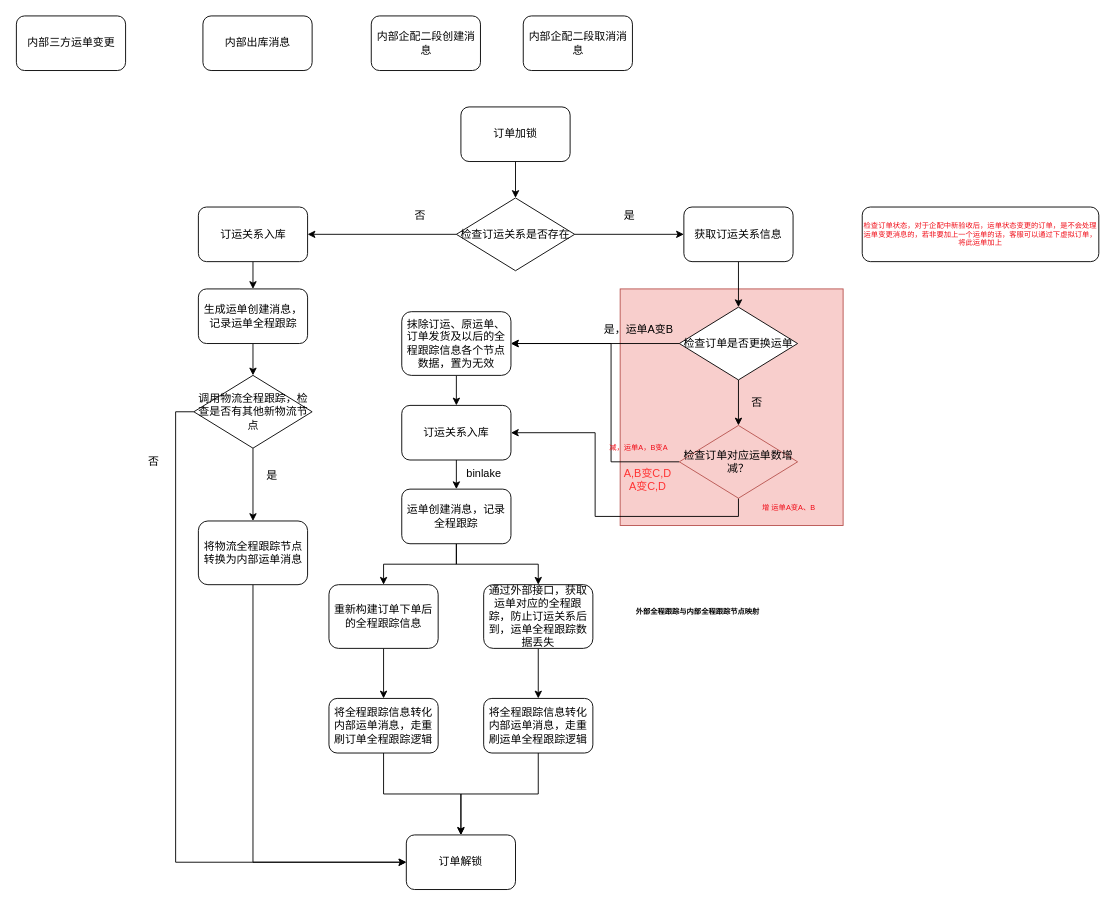
lixintao03/lixintao.github.io keeps this draw.io diagram as page "订运关系落库" (34 of 36) of Untitled Diagram.drawio. Above is the earlier version. Source tidied: cells renumbered, new cells numbered last; positions are measured from the earlier drawing's top-left corner, leaving out a move shared by most shapes. Both pictures are drawn from the tidied source at 91%, with x=0, y=0 at pixel (15, 15).
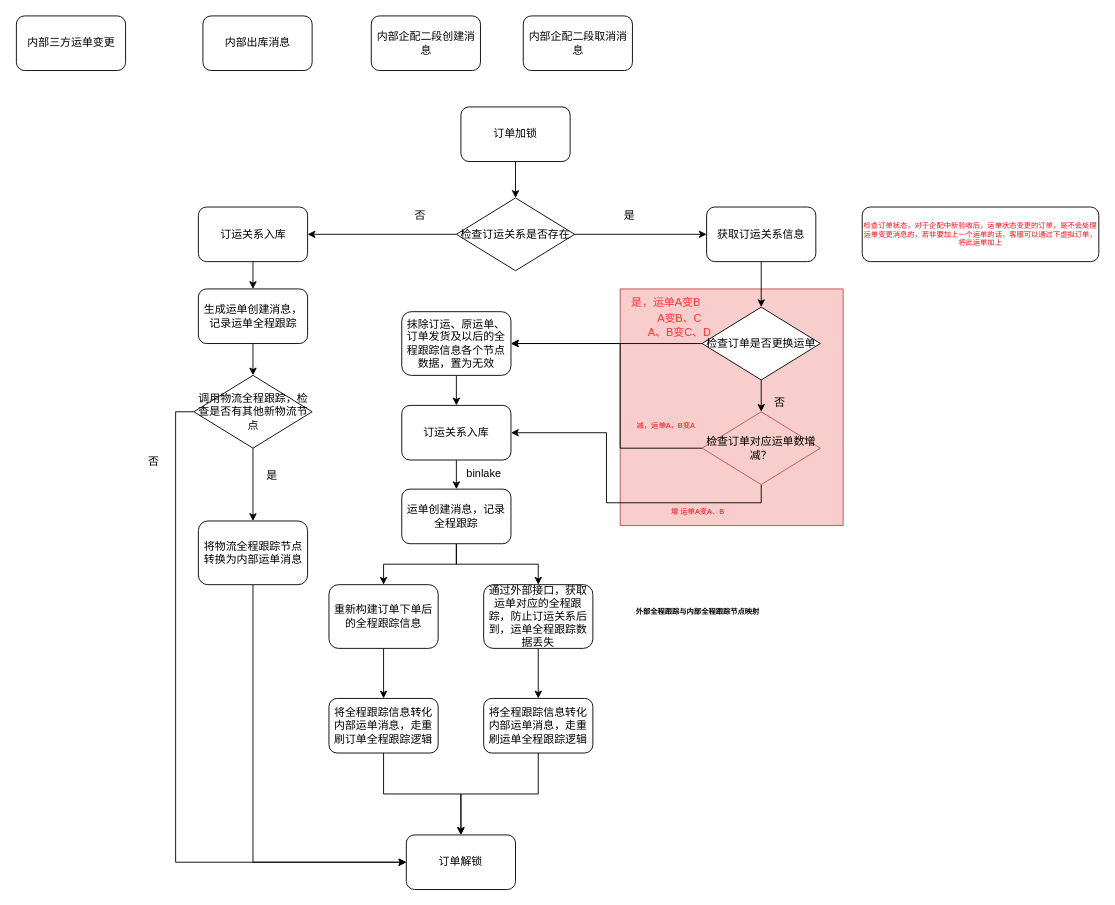
Above is the later version.

The change refers to these unchanged cells:
```xml
<mxCell id="22" value="抹除订运、原运单、订单发货及以后的全程跟踪信息各个节点数据，置为无效" style="rounded=1;whiteSpace=wrap;html=1;" parent="1" vertex="1">
  <mxGeometry x="424" y="325" width="120" height="70" as="geometry" />
</mxCell>
```

What changed in the source:
```diff
@@
     <mxCell id="17" value="获取订运关系信息" style="rounded=1;whiteSpace=wrap;html=1;" parent="1" vertex="1">
-      <mxGeometry x="734" y="210" width="120" height="60" as="geometry" />
+      <mxGeometry x="759" y="210" width="120" height="60" as="geometry" />
     </mxCell>
@@
     <mxCell id="20" value="检查订单是否更换运单" style="rhombus;whiteSpace=wrap;html=1;" parent="1" vertex="1">
-      <mxGeometry x="729" y="320" width="130" height="80" as="geometry" />
+      <mxGeometry x="754" y="320" width="130" height="80" as="geometry" />
     </mxCell>
@@
-    <mxCell id="24" value="是，运单A变B" style="text;html=1;align=center;verticalAlign=middle;strokeColor=none;fillColor=none;" parent="1" vertex="1">
-      <mxGeometry x="634" y="330" width="100" height="30" as="geometry" />
+    <mxCell id="24" value="&lt;font color=&quot;#ff3333&quot;&gt;是，运单A变B&lt;/font&gt;" style="text;html=1;align=center;verticalAlign=middle;strokeColor=none;fillColor=none;" parent="1" vertex="1">
+      <mxGeometry x="664" y="300" width="100" height="30" as="geometry" />
     </mxCell>
     <mxCell id="25" value="否" style="text;html=1;align=center;verticalAlign=middle;strokeColor=none;fillColor=none;" parent="1" vertex="1">
-      <mxGeometry x="794" y="410" width="40" height="30" as="geometry" />
+      <mxGeometry x="819" y="410" width="40" height="30" as="geometry" />
     </mxCell>
@@
     <mxCell id="27" style="edgeStyle=orthogonalEdgeStyle;rounded=0;jettySize=auto;html=1;exitX=0;exitY=0.5;exitDx=0;exitDy=0;entryX=1;entryY=0.5;entryDx=0;entryDy=0;fontSize=8;fontColor=#f00a15;" parent="1" edge="1" source="28" target="22">
       <mxGeometry relative="1" as="geometry">
         <Array as="points">
-          <mxPoint x="654" y="490" />
-          <mxPoint x="654" y="360" />
+          <mxPoint x="664" y="475" />
+          <mxPoint x="664" y="360" />
         </Array>
       </mxGeometry>
     </mxCell>
     <mxCell id="28" value="检查订单对应运单数增减？" style="rhombus;whiteSpace=wrap;html=1;fillColor=#f8cecc;strokeColor=#b85450;" parent="1" vertex="1">
-      <mxGeometry x="729" y="450" width="130" height="80" as="geometry" />
+      <mxGeometry x="754" y="435" width="130" height="80" as="geometry" />
     </mxCell>
@@
     <mxCell id="44" value="增 运单A变A、B" style="text;html=1;align=center;verticalAlign=middle;strokeColor=none;fillColor=none;fontSize=8;fontColor=#f00a15;" parent="1" vertex="1">
-      <mxGeometry x="794" y="525" width="110" height="30" as="geometry" />
+      <mxGeometry x="694" y="530" width="110" height="30" as="geometry" />
     </mxCell>
     <mxCell id="45" value="减，运单A，B变A" style="text;html=1;align=center;verticalAlign=middle;strokeColor=none;fillColor=none;fontSize=8;fontColor=#f00a15;" parent="1" vertex="1">
-      <mxGeometry x="624" y="460" width="120" height="30" as="geometry" />
+      <mxGeometry x="654" y="435" width="120" height="30" as="geometry" />
     </mxCell>
@@
-    <mxCell id="56" value="&lt;font color=&quot;#ff3333&quot;&gt;A,B变C,D&lt;br&gt;A变C,D&lt;/font&gt;" style="text;html=1;align=center;verticalAlign=middle;strokeColor=none;fillColor=none;" parent="1" vertex="1">
-      <mxGeometry x="654" y="490" width="80" height="40" as="geometry" />
-    </mxCell>
+    <mxCell id="57" value="A变B、C&lt;br&gt;A、B变C、D" style="text;html=1;align=center;verticalAlign=middle;strokeColor=none;fillColor=none;fontColor=#FF3333;" parent="1" vertex="1">
+      <mxGeometry x="684" y="320" width="90" height="40" as="geometry" />
+    </mxCell>
```
